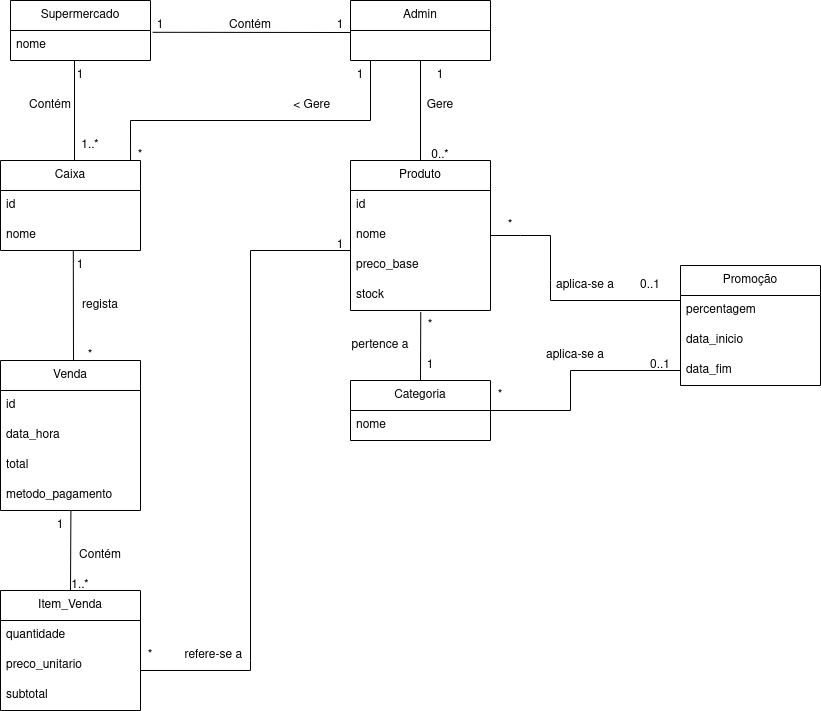
Above: Documentation/Iteration01/diagramas/modeloDeDominio.png in compaqle/fsoft2026_1DB_3 (draw.io), before the change. Source tidied: cells renumbered, new cells last; positions are measured from the earlier drawing's top-left corner, leaving out a move shared by most shapes.
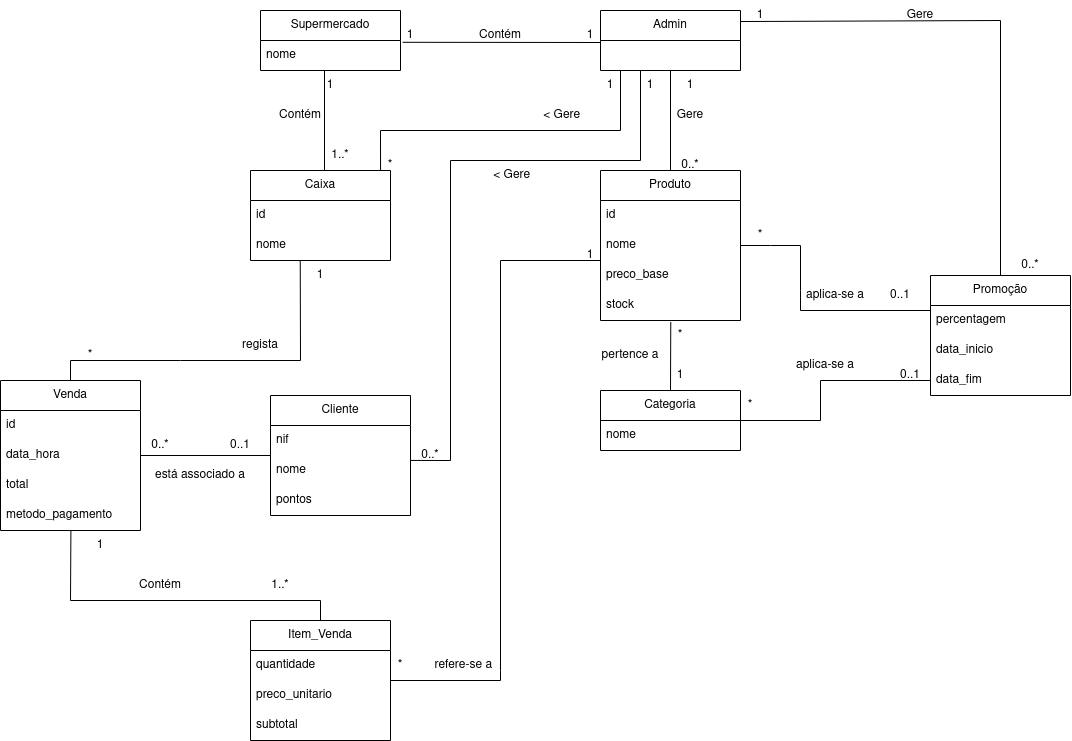
The same diagram one commit later.

The edit, as a diff of the source:
```diff
@@ -180,19 +180,20 @@
     <mxCell id="50" value="&amp;nbsp;&amp;lt; Gere" style="text;html=1;whiteSpace=wrap;strokeColor=none;fillColor=none;align=center;verticalAlign=middle;rounded=0;" parent="1" vertex="1">
       <mxGeometry x="280" y="90" width="60" height="30" as="geometry" />
     </mxCell>
-    <mxCell id="51" style="endArrow=none;html=1;rounded=0;exitX=0.52;exitY=0.985;exitDx=0;exitDy=0;exitPerimeter=0;" parent="1" edge="1" source="42">
+    <mxCell id="51" style="endArrow=none;html=1;rounded=0;exitX=0.52;exitY=0.985;exitDx=0;exitDy=0;exitPerimeter=0;" parent="1" edge="1">
       <mxGeometry relative="1" as="geometry">
-        <mxPoint x="73" y="360" as="targetPoint" />
+        <mxPoint x="49.7" y="249.5" as="sourcePoint" />
+        <mxPoint x="50" y="350" as="targetPoint" />
       </mxGeometry>
     </mxCell>
     <mxCell id="52" value="1" style="text;html=1;whiteSpace=wrap;strokeColor=none;fillColor=none;align=center;verticalAlign=middle;rounded=0;" parent="1" vertex="1">
-      <mxGeometry x="50" y="250" width="60" height="30" as="geometry" />
+      <mxGeometry x="40" y="250" width="60" height="30" as="geometry" />
     </mxCell>
     <mxCell id="53" value="*" style="text;html=1;whiteSpace=wrap;strokeColor=none;fillColor=none;align=center;verticalAlign=middle;rounded=0;" parent="1" vertex="1">
-      <mxGeometry x="60" y="340" width="60" height="30" as="geometry" />
+      <mxGeometry x="-190" y="330" width="60" height="30" as="geometry" />
     </mxCell>
     <mxCell id="54" value="Venda" style="swimlane;fontStyle=0;horizontal=1;startSize=30;whiteSpace=wrap;html=1;" parent="1" vertex="1">
-      <mxGeometry y="360" width="140" height="150" as="geometry" />
+      <mxGeometry x="-250" y="370" width="140" height="150" as="geometry" />
     </mxCell>
     <mxCell id="55" value="id" style="text;strokeColor=none;fillColor=none;align=left;verticalAlign=middle;spacingLeft=4;spacingRight=4;overflow=hidden;whiteSpace=wrap;html=1;" parent="54" vertex="1">
       <mxGeometry y="30" width="140" height="30" as="geometry" />
@@ -207,15 +208,18 @@
       <mxGeometry y="120" width="140" height="30" as="geometry" />
     </mxCell>
     <mxCell id="59" value="regista" style="text;html=1;whiteSpace=wrap;strokeColor=none;fillColor=none;align=center;verticalAlign=middle;rounded=0;" parent="1" vertex="1">
-      <mxGeometry x="70" y="290" width="60" height="30" as="geometry" />
+      <mxGeometry x="-20" y="320" width="60" height="30" as="geometry" />
     </mxCell>
     <mxCell id="60" style="endArrow=none;html=1;rounded=0;exitX=0.503;exitY=0.988;exitDx=0;exitDy=0;exitPerimeter=0;" parent="1" edge="1" source="58">
       <mxGeometry relative="1" as="geometry">
         <mxPoint x="70" y="590" as="targetPoint" />
+        <Array as="points">
+          <mxPoint x="-180" y="590" />
+        </Array>
       </mxGeometry>
     </mxCell>
     <mxCell id="61" value="Item_Venda" style="swimlane;fontStyle=0;horizontal=1;startSize=30;whiteSpace=wrap;html=1;" parent="1" vertex="1">
-      <mxGeometry y="590" width="140" height="120" as="geometry" />
+      <mxGeometry y="610" width="140" height="120" as="geometry" />
     </mxCell>
     <mxCell id="62" value="quantidade" style="text;strokeColor=none;fillColor=none;align=left;verticalAlign=middle;spacingLeft=4;spacingRight=4;overflow=hidden;whiteSpace=wrap;html=1;" parent="61" vertex="1">
       <mxGeometry y="30" width="140" height="30" as="geometry" />
@@ -227,13 +231,13 @@
       <mxGeometry y="90" width="140" height="30" as="geometry" />
     </mxCell>
     <mxCell id="65" value="1" style="text;html=1;whiteSpace=wrap;strokeColor=none;fillColor=none;align=center;verticalAlign=middle;rounded=0;" parent="1" vertex="1">
-      <mxGeometry x="30" y="510" width="60" height="30" as="geometry" />
+      <mxGeometry x="-180" y="520" width="60" height="30" as="geometry" />
     </mxCell>
     <mxCell id="66" value="1..*" style="text;html=1;whiteSpace=wrap;strokeColor=none;fillColor=none;align=center;verticalAlign=middle;rounded=0;" parent="1" vertex="1">
-      <mxGeometry x="50" y="570" width="60" height="30" as="geometry" />
+      <mxGeometry y="560" width="60" height="30" as="geometry" />
     </mxCell>
     <mxCell id="67" value="Contém" style="text;html=1;whiteSpace=wrap;strokeColor=none;fillColor=none;align=center;verticalAlign=middle;rounded=0;" parent="1" vertex="1">
-      <mxGeometry x="70" y="540" width="60" height="30" as="geometry" />
+      <mxGeometry x="-120" y="560" width="60" height="30" as="geometry" />
     </mxCell>
     <mxCell id="68" style="endArrow=none;html=1;rounded=0;exitX=1;exitY=0.5;exitDx=0;exitDy=0;" parent="1" edge="1">
       <mxGeometry relative="1" as="geometry">
@@ -267,5 +271,101 @@
     <mxCell id="74" value="refere-se a&amp;nbsp;" style="text;html=1;whiteSpace=wrap;strokeColor=none;fillColor=none;align=center;verticalAlign=middle;rounded=0;" parent="1" vertex="1">
       <mxGeometry x="180" y="640" width="70" height="30" as="geometry" />
     </mxCell>
+    <mxCell id="75" style="endArrow=none;html=1;rounded=0;exitX=0.5;exitY=0;exitDx=0;exitDy=0;" parent="1" edge="1" source="61">
+      <mxGeometry relative="1" as="geometry">
+        <mxPoint x="70" y="590" as="targetPoint" />
+      </mxGeometry>
+    </mxCell>
+    <mxCell id="76" style="endArrow=none;html=1;rounded=0;" parent="1" edge="1">
+      <mxGeometry relative="1" as="geometry">
+        <mxPoint x="-70" y="350" as="sourcePoint" />
+        <mxPoint x="50" y="350" as="targetPoint" />
+      </mxGeometry>
+    </mxCell>
+    <mxCell id="77" style="endArrow=none;html=1;rounded=0;" parent="1" edge="1">
+      <mxGeometry relative="1" as="geometry">
+        <mxPoint x="-70" y="350" as="sourcePoint" />
+        <mxPoint x="-180" y="350" as="targetPoint" />
+      </mxGeometry>
+    </mxCell>
+    <mxCell id="78" style="endArrow=none;html=1;rounded=0;exitX=0.5;exitY=0;exitDx=0;exitDy=0;" parent="1" edge="1" source="54">
+      <mxGeometry relative="1" as="geometry">
+        <mxPoint x="-180" y="350" as="targetPoint" />
+      </mxGeometry>
+    </mxCell>
+    <mxCell id="79" style="endArrow=none;html=1;rounded=0;exitX=1;exitY=0.5;exitDx=0;exitDy=0;" parent="1" edge="1" source="56" target="80">
+      <mxGeometry relative="1" as="geometry" />
+    </mxCell>
+    <mxCell id="80" value="Cliente" style="swimlane;fontStyle=0;horizontal=1;startSize=30;whiteSpace=wrap;html=1;" parent="1" vertex="1">
+      <mxGeometry x="20" y="385" width="140" height="120" as="geometry" />
+    </mxCell>
+    <mxCell id="81" value="nif" style="text;strokeColor=none;fillColor=none;align=left;verticalAlign=middle;spacingLeft=4;spacingRight=4;overflow=hidden;whiteSpace=wrap;html=1;" parent="80" vertex="1">
+      <mxGeometry y="30" width="140" height="30" as="geometry" />
+    </mxCell>
+    <mxCell id="82" value="nome" style="text;strokeColor=none;fillColor=none;align=left;verticalAlign=middle;spacingLeft=4;spacingRight=4;overflow=hidden;points=[[0,0.5],[1,0.5]];portConstraint=eastwest;whiteSpace=wrap;html=1;" parent="80" vertex="1">
+      <mxGeometry y="60" width="140" height="30" as="geometry" />
+    </mxCell>
+    <mxCell id="83" value="pontos" style="text;strokeColor=none;fillColor=none;align=left;verticalAlign=middle;spacingLeft=4;spacingRight=4;overflow=hidden;whiteSpace=wrap;html=1;" parent="80" vertex="1">
+      <mxGeometry y="90" width="140" height="30" as="geometry" />
+    </mxCell>
+    <mxCell id="84" style="endArrow=none;html=1;rounded=0;exitX=0.998;exitY=0.165;exitDx=0;exitDy=0;exitPerimeter=0;" parent="1" edge="1" source="82">
+      <mxGeometry relative="1" as="geometry">
+        <mxPoint x="200" y="450" as="targetPoint" />
+      </mxGeometry>
+    </mxCell>
+    <mxCell id="85" value="0..*" style="text;html=1;whiteSpace=wrap;strokeColor=none;fillColor=none;align=center;verticalAlign=middle;rounded=0;" parent="1" vertex="1">
+      <mxGeometry x="-120" y="420" width="60" height="30" as="geometry" />
+    </mxCell>
+    <mxCell id="86" value="0..1" style="text;html=1;whiteSpace=wrap;strokeColor=none;fillColor=none;align=center;verticalAlign=middle;rounded=0;" parent="1" vertex="1">
+      <mxGeometry x="-40" y="420" width="60" height="30" as="geometry" />
+    </mxCell>
+    <mxCell id="87" value="está associado a" style="text;html=1;whiteSpace=wrap;strokeColor=none;fillColor=none;align=center;verticalAlign=middle;rounded=0;" parent="1" vertex="1">
+      <mxGeometry x="-100" y="450" width="100" height="30" as="geometry" />
+    </mxCell>
+    <mxCell id="88" style="endArrow=none;html=1;rounded=0;" parent="1" edge="1">
+      <mxGeometry relative="1" as="geometry">
+        <mxPoint x="200" y="450" as="sourcePoint" />
+        <mxPoint x="200" y="150" as="targetPoint" />
+      </mxGeometry>
+    </mxCell>
+    <mxCell id="89" style="endArrow=none;html=1;rounded=0;" parent="1" edge="1">
+      <mxGeometry relative="1" as="geometry">
+        <mxPoint x="200" y="150" as="sourcePoint" />
+        <mxPoint x="390" y="150" as="targetPoint" />
+      </mxGeometry>
+    </mxCell>
+    <mxCell id="90" style="endArrow=none;html=1;rounded=0;exitX=1;exitY=0;exitDx=0;exitDy=0;" parent="1" edge="1" source="48">
+      <mxGeometry relative="1" as="geometry">
+        <mxPoint x="390" y="150" as="targetPoint" />
+      </mxGeometry>
+    </mxCell>
+    <mxCell id="91" value="1" style="text;html=1;whiteSpace=wrap;strokeColor=none;fillColor=none;align=center;verticalAlign=middle;rounded=0;" parent="1" vertex="1">
+      <mxGeometry x="370" y="60" width="60" height="30" as="geometry" />
+    </mxCell>
+    <mxCell id="92" value="0..*" style="text;html=1;whiteSpace=wrap;strokeColor=none;fillColor=none;align=center;verticalAlign=middle;rounded=0;" parent="1" vertex="1">
+      <mxGeometry x="150" y="430" width="60" height="30" as="geometry" />
+    </mxCell>
+    <mxCell id="93" value="&amp;nbsp;&amp;lt; Gere" style="text;html=1;whiteSpace=wrap;strokeColor=none;fillColor=none;align=center;verticalAlign=middle;rounded=0;" parent="1" vertex="1">
+      <mxGeometry x="230" y="150" width="60" height="30" as="geometry" />
+    </mxCell>
+    <mxCell id="94" style="endArrow=none;html=1;rounded=0;entryX=0.5;entryY=0;entryDx=0;entryDy=0;" parent="1" edge="1" target="24">
+      <mxGeometry relative="1" as="geometry">
+        <mxPoint x="750" y="10" as="sourcePoint" />
+      </mxGeometry>
+    </mxCell>
+    <mxCell id="95" style="endArrow=none;html=1;rounded=0;exitX=0.999;exitY=0.184;exitDx=0;exitDy=0;exitPerimeter=0;" parent="1" edge="1" source="7">
+      <mxGeometry relative="1" as="geometry">
+        <mxPoint x="750" y="10" as="targetPoint" />
+      </mxGeometry>
+    </mxCell>
+    <mxCell id="96" value="Gere" style="text;html=1;whiteSpace=wrap;strokeColor=none;fillColor=none;align=center;verticalAlign=middle;rounded=0;" parent="1" vertex="1">
+      <mxGeometry x="640" y="-10" width="60" height="30" as="geometry" />
+    </mxCell>
+    <mxCell id="97" value="1" style="text;html=1;whiteSpace=wrap;strokeColor=none;fillColor=none;align=center;verticalAlign=middle;rounded=0;" parent="1" vertex="1">
+      <mxGeometry x="480" y="-10" width="60" height="30" as="geometry" />
+    </mxCell>
+    <mxCell id="98" value="0..*" style="text;html=1;whiteSpace=wrap;strokeColor=none;fillColor=none;align=center;verticalAlign=middle;rounded=0;" parent="1" vertex="1">
+      <mxGeometry x="750" y="240" width="60" height="30" as="geometry" />
+    </mxCell>
   </root>
 </mxGraphModel>
```
